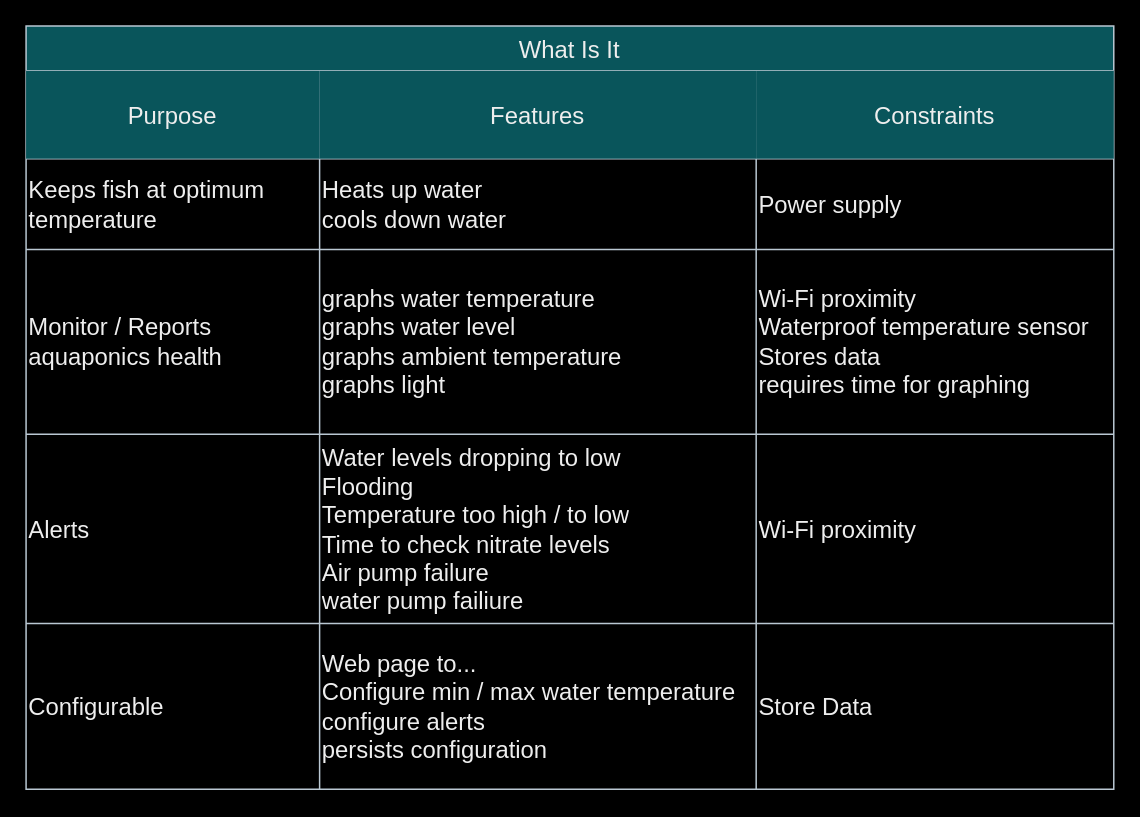
Earlier version of the draw.io diagram page "What is it" (1 of 5) of docs/draw.io/code-structure.drawio (Mair/code-structure). Source tidied: cells renumbered, new cells numbered last; positions are measured from the earlier drawing's top-left corner, leaving out a move shared by most shapes. Both pictures are drawn from the tidied source at 149%, with x=0, y=0 at pixel (25, 25).
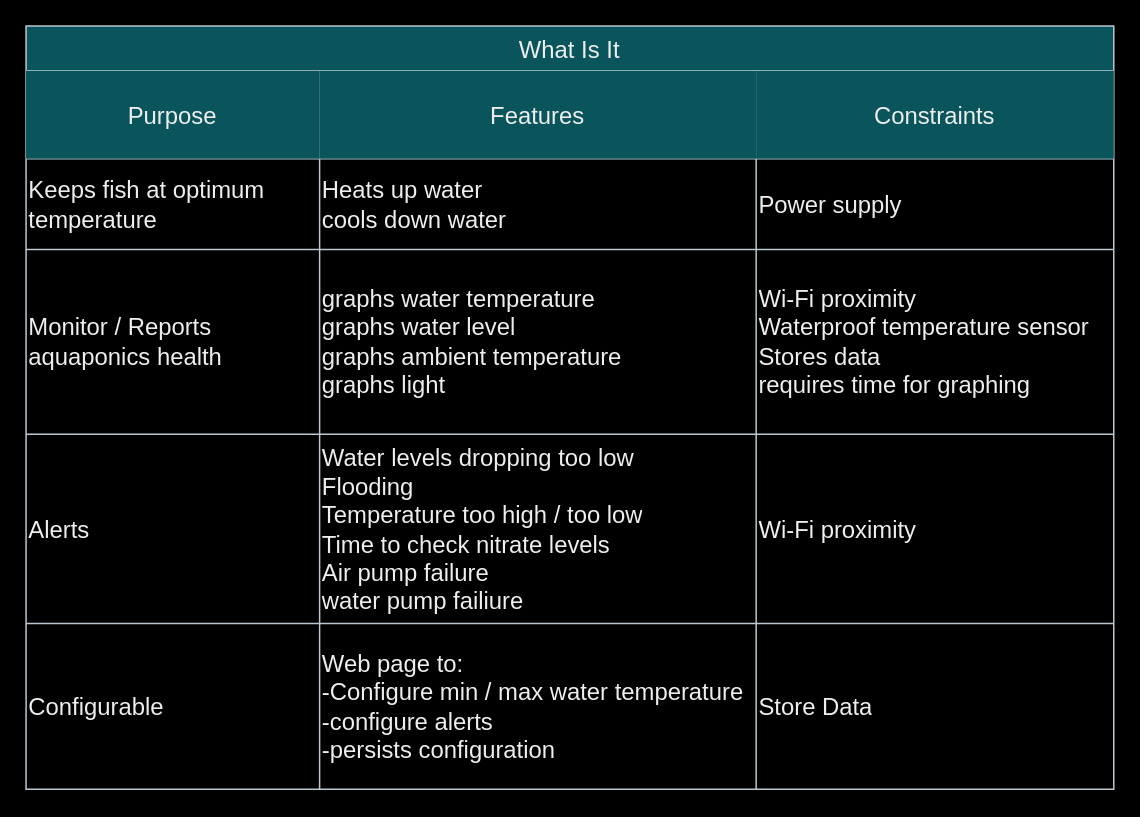
Above is the later version.

Unchanged cells that the change refers to:
```xml
<mxCell id="15" style="shape=tableRow;horizontal=0;startSize=0;swimlaneHead=0;swimlaneBody=0;strokeColor=#BAC8D3;top=0;left=0;bottom=0;right=0;fillColor=none;fontSize=16;labelBackgroundColor=none;fontColor=#EEEEEE;" parent="2" vertex="1">
  <mxGeometry y="274" width="730" height="127" as="geometry" />
</mxCell>
<mxCell id="19" style="shape=tableRow;horizontal=0;startSize=0;swimlaneHead=0;swimlaneBody=0;strokeColor=#BAC8D3;top=0;left=0;bottom=0;right=0;fillColor=none;fontSize=16;labelBackgroundColor=none;fontColor=#EEEEEE;" parent="2" vertex="1">
  <mxGeometry y="401" width="730" height="111" as="geometry" />
</mxCell>
```

What changed in the source:
```diff
@@
-    <mxCell id="17" value="Water levels dropping to low&lt;br&gt;Flooding&lt;br&gt;Temperature too high / to low&lt;br&gt;Time to check nitrate levels&lt;br&gt;Air pump failure&lt;br&gt;water pump failiure" style="shape=partialRectangle;html=1;whiteSpace=wrap;strokeColor=#BAC8D3;overflow=hidden;fillColor=none;top=0;left=0;bottom=0;right=0;fontSize=16;align=left;labelBackgroundColor=none;fontColor=#EEEEEE;" parent="15" vertex="1">
+    <mxCell id="17" value="Water levels dropping too low&lt;br&gt;Flooding&lt;br&gt;Temperature too high / too low&lt;br&gt;Time to check nitrate levels&lt;br&gt;Air pump failure&lt;br&gt;water pump failiure" style="shape=partialRectangle;html=1;whiteSpace=wrap;strokeColor=#BAC8D3;overflow=hidden;fillColor=none;top=0;left=0;bottom=0;right=0;fontSize=16;align=left;labelBackgroundColor=none;fontColor=#EEEEEE;" parent="15" vertex="1">
       <mxGeometry x="197" width="293" height="127" as="geometry" />
     </mxCell>
@@
-    <mxCell id="21" value="Web page to...&lt;br&gt;Configure min / max water temperature&lt;br&gt;configure alerts&lt;br&gt;persists configuration" style="shape=partialRectangle;html=1;whiteSpace=wrap;strokeColor=#BAC8D3;overflow=hidden;fillColor=none;top=0;left=0;bottom=0;right=0;fontSize=16;align=left;labelBackgroundColor=none;fontColor=#EEEEEE;" parent="19" vertex="1">
+    <mxCell id="21" value="Web page to:&lt;br&gt;-Configure min / max water temperature&lt;br&gt;-configure alerts&lt;br&gt;-persists configuration" style="shape=partialRectangle;html=1;whiteSpace=wrap;strokeColor=#BAC8D3;overflow=hidden;fillColor=none;top=0;left=0;bottom=0;right=0;fontSize=16;align=left;labelBackgroundColor=none;fontColor=#EEEEEE;" parent="19" vertex="1">
       <mxGeometry x="197" width="293" height="111" as="geometry" />
     </mxCell>
```
